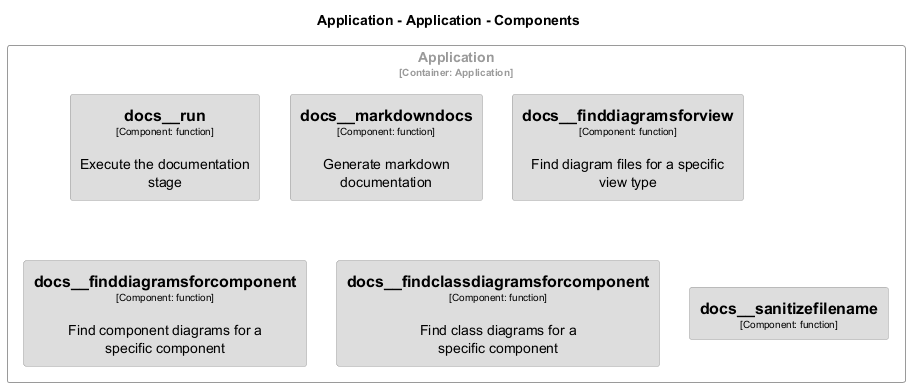
This is docs/architecture/diagrams/structurizr-Classes_default_container__docs.png from chrislyons-dev/archlette, a PlantUML export, as it was before one commit.
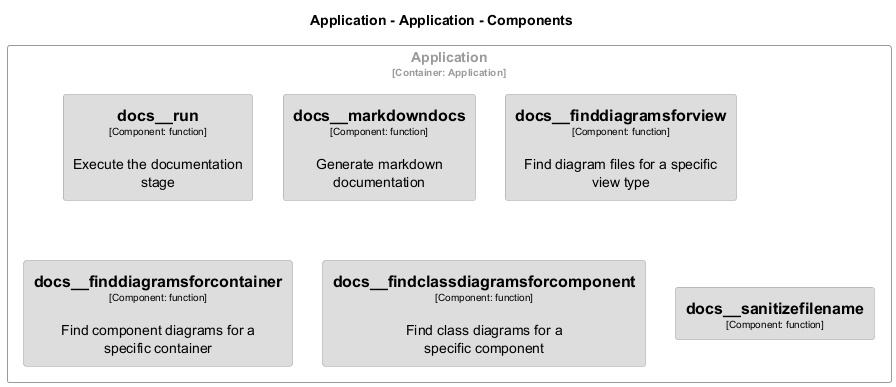
Later version of the same file.

The edit, as a diff of the source:
```diff
@@ -21,7 +21,7 @@
   BorderColor #9a9a9a
   shadowing false
 }
-skinparam rectangle<<Application.Application.docs__finddiagramsforcomponent>> {
+skinparam rectangle<<Application.Application.docs__finddiagramsforcontainer>> {
   BackgroundColor #dddddd
   FontColor #000000
   BorderColor #9a9a9a
@@ -61,7 +61,7 @@
   rectangle "==docs__run\n<size:10>[Component: function]</size>\n\nExecute the documentation stage" <<Application.Application.docs__run>> as Application.Application.docs__run
   rectangle "==docs__markdowndocs\n<size:10>[Component: function]</size>\n\nGenerate markdown documentation" <<Application.Application.docs__markdowndocs>> as Application.Application.docs__markdowndocs
   rectangle "==docs__finddiagramsforview\n<size:10>[Component: function]</size>\n\nFind diagram files for a specific view type" <<Application.Application.docs__finddiagramsforview>> as Application.Application.docs__finddiagramsforview
-  rectangle "==docs__finddiagramsforcomponent\n<size:10>[Component: function]</size>\n\nFind component diagrams for a specific component" <<Application.Application.docs__finddiagramsforcomponent>> as Application.Application.docs__finddiagramsforcomponent
+  rectangle "==docs__finddiagramsforcontainer\n<size:10>[Component: function]</size>\n\nFind component diagrams for a specific container" <<Application.Application.docs__finddiagramsforcontainer>> as Application.Application.docs__finddiagramsforcontainer
   rectangle "==docs__findclassdiagramsforcomponent\n<size:10>[Component: function]</size>\n\nFind class diagrams for a specific component" <<Application.Application.docs__findclassdiagramsforcomponent>> as Application.Application.docs__findclassdiagramsforcomponent
   rectangle "==docs__sanitizefilename\n<size:10>[Component: function]</size>" <<Application.Application.docs__sanitizefilename>> as Application.Application.docs__sanitizefilename
 }
```
